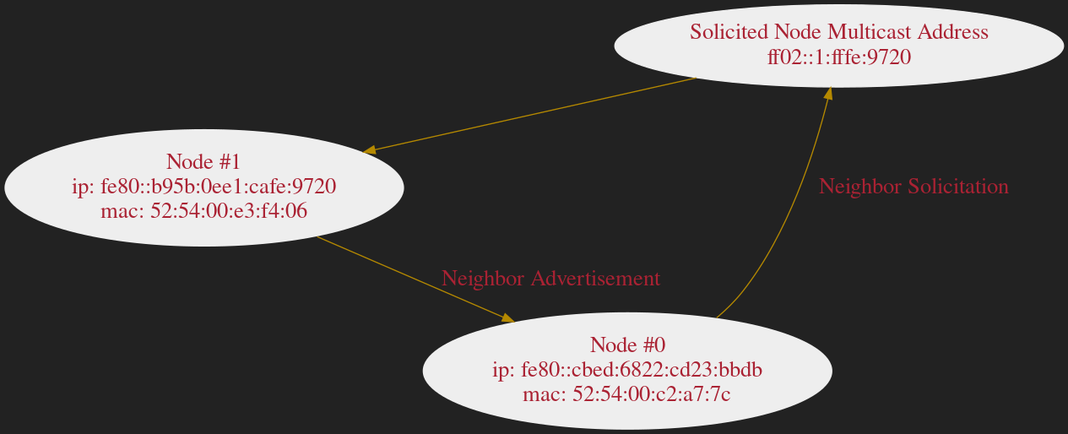
The Graphviz diagram slides/graphs/images/ndp-ar-network.png in dlrobertson/dlrobertson.com, before a commit. Its source is kept beside it as slides/graphs/sources/ndp-ar-network.dot.
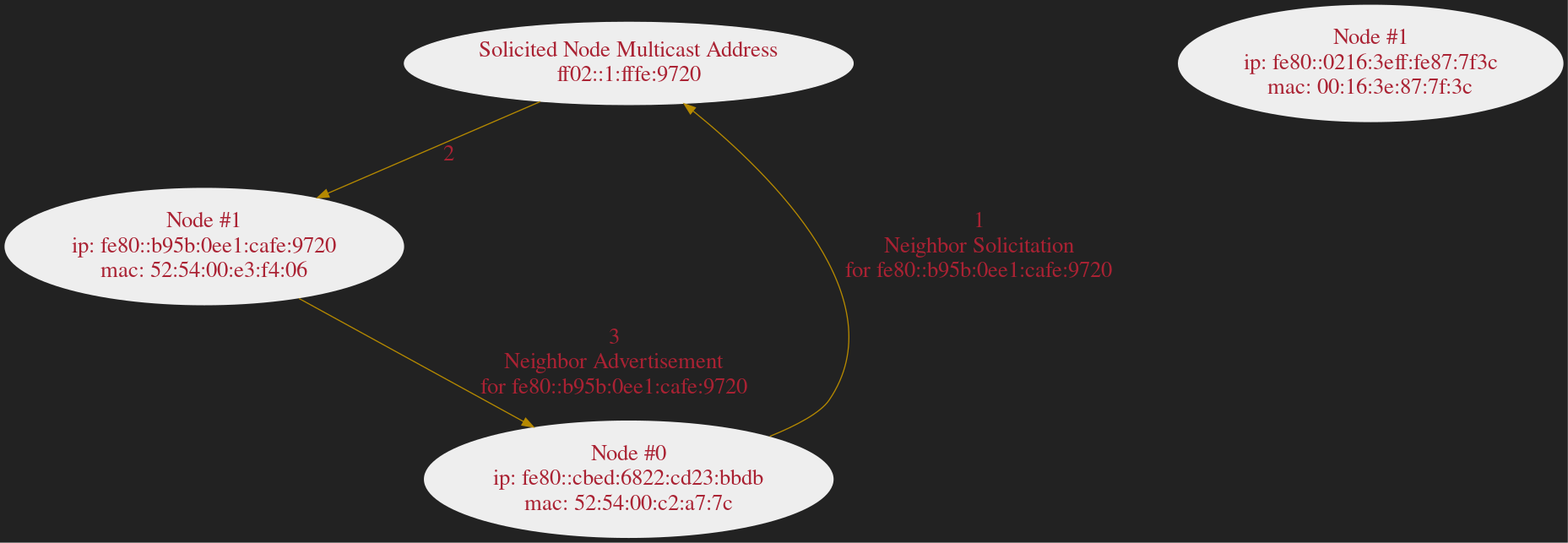
Later version of the same file.

The edit, as a diff of the source:
```diff
@@ -25,7 +25,13 @@
         color=none
         fillcolor="#eeeeee"
     ]
-    node0 -> solicited_node[label="Neighbor Solicitation"]
-    solicited_node -> node1
-    node1 ->node0[label="Neighbor Advertisement"]
+    node2[
+        label="Node #1\nip: fe80::0216:3eff:fe87:7f3c\nmac: 00:16:3e:87:7f:3c"
+        style=filled
+        color=none
+        fillcolor="#eeeeee"
+    ]
+    node0 -> solicited_node[label="1\nNeighbor Solicitation\nfor fe80::b95b:0ee1:cafe:9720"]
+    solicited_node -> node1[label="2"]
+    node1 ->node0[label="3\nNeighbor Advertisement\nfor fe80::b95b:0ee1:cafe:9720"]
 }
```
